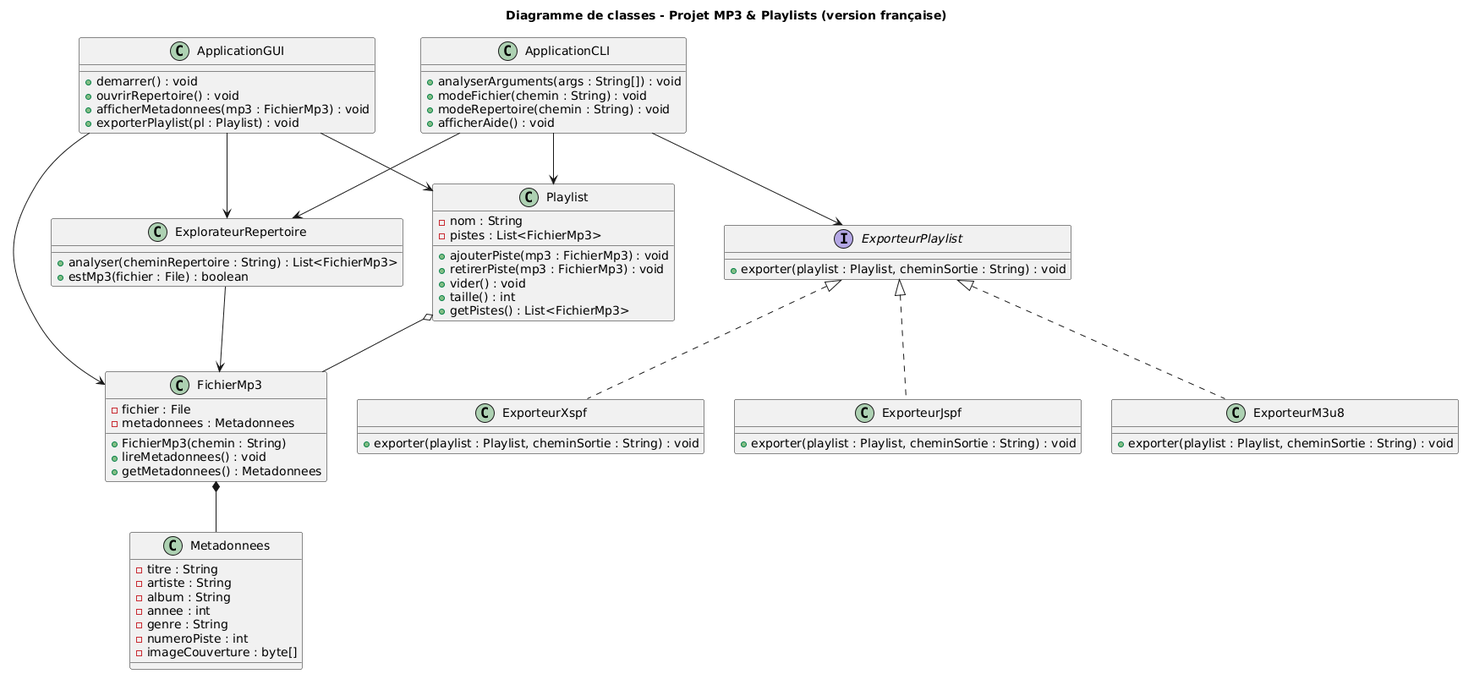
This is diagramme_de_classes.png from berrandou-dev/MetaTune, a PlantUML export, as it was before one commit. Its diagram source:
```plantuml
@startuml
title Diagramme de classes - Projet MP3 & Playlists (version française)


class Metadonnees {
    - titre : String
    - artiste : String
    - album : String
    - annee : int
    - genre : String
    - numeroPiste : int
    - imageCouverture : byte[]
}

class FichierMp3 {
    - fichier : File
    - metadonnees : Metadonnees
    + FichierMp3(chemin : String)
    + lireMetadonnees() : void
    + getMetadonnees() : Metadonnees
}

class ExplorateurRepertoire {
    + analyser(cheminRepertoire : String) : List<FichierMp3>
    + estMp3(fichier : File) : boolean
}

class Playlist {
    - nom : String
    - pistes : List<FichierMp3>
    + ajouterPiste(mp3 : FichierMp3) : void
    + retirerPiste(mp3 : FichierMp3) : void
    + vider() : void
    + taille() : int
    + getPistes() : List<FichierMp3>
}


interface ExporteurPlaylist {
    + exporter(playlist : Playlist, cheminSortie : String) : void
}

class ExporteurXspf {
    + exporter(playlist : Playlist, cheminSortie : String) : void
}

class ExporteurJspf {
    + exporter(playlist : Playlist, cheminSortie : String) : void
}

class ExporteurM3u8 {
    + exporter(playlist : Playlist, cheminSortie : String) : void
}


class ApplicationCLI {
    + analyserArguments(args : String[]) : void
    + modeFichier(chemin : String) : void
    + modeRepertoire(chemin : String) : void
    + afficherAide() : void
}

class ApplicationGUI {
    + demarrer() : void
    + ouvrirRepertoire() : void
    + afficherMetadonnees(mp3 : FichierMp3) : void
    + exporterPlaylist(pl : Playlist) : void
}


FichierMp3 *-- Metadonnees
ExplorateurRepertoire --> FichierMp3
Playlist o-- FichierMp3

ExporteurPlaylist <|.. ExporteurXspf
ExporteurPlaylist <|.. ExporteurJspf
ExporteurPlaylist <|.. ExporteurM3u8

ApplicationCLI --> ExplorateurRepertoire
ApplicationCLI --> Playlist
ApplicationCLI --> ExporteurPlaylist

ApplicationGUI --> ExplorateurRepertoire
ApplicationGUI --> Playlist
ApplicationGUI --> FichierMp3
@enduml
```
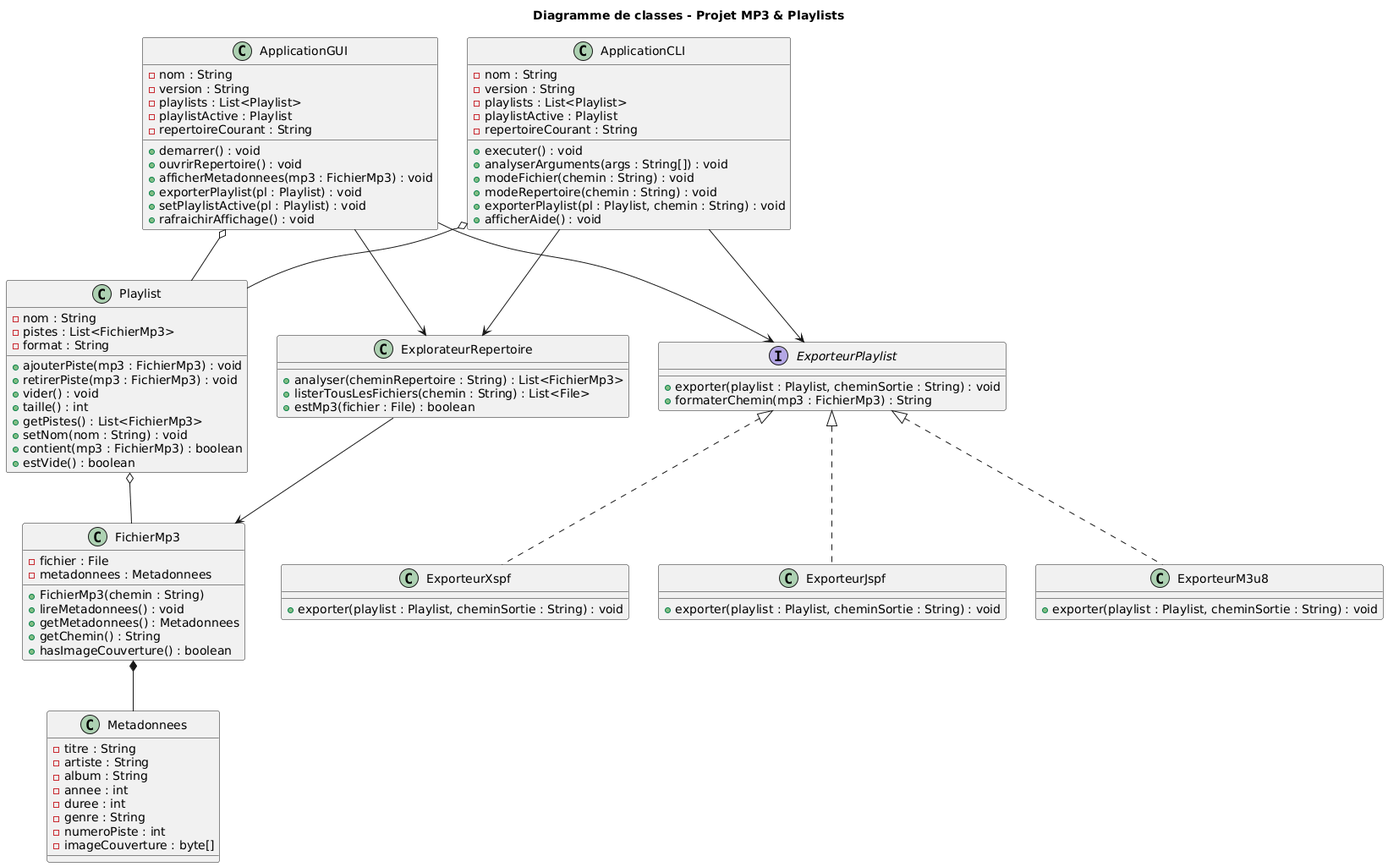
After the commit.

Commit message:
Version finale - diagramme classes

The edit, as a diff of the source:
```diff
@@ -1,86 +1,110 @@
 @startuml
-title Diagramme de classes - Projet MP3 & Playlists (version française)
+title Diagramme de classes - Projet MP3 & Playlists
 
 
-class Metadonnees {
-    - titre : String
-    - artiste : String
-    - album : String
-    - annee : int
-    - genre : String
-    - numeroPiste : int
-    - imageCouverture : byte[]
+class ApplicationGUI {
+    - nom : String
+    - version : String
+    - playlists : List<Playlist>
+    - playlistActive : Playlist
+    - repertoireCourant : String
+    +demarrer() : void
+    +ouvrirRepertoire() : void
+    +afficherMetadonnees(mp3 : FichierMp3) : void
+    +exporterPlaylist(pl : Playlist) : void
+    +setPlaylistActive(pl : Playlist) : void
+    +rafraichirAffichage() : void
+}
+
+class ApplicationCLI {
+    - nom : String
+    - version : String
+    - playlists : List<Playlist>
+    - playlistActive : Playlist
+    - repertoireCourant : String
+    +executer() : void
+    +analyserArguments(args : String[]) : void
+    +modeFichier(chemin : String) : void
+    +modeRepertoire(chemin : String) : void
+    +exporterPlaylist(pl : Playlist, chemin : String) : void
+    +afficherAide() : void
+}
+
+class ExplorateurRepertoire {
+    +analyser(cheminRepertoire : String) : List<FichierMp3>
+    +listerTousLesFichiers(chemin : String) : List<File>
+    +estMp3(fichier : File) : boolean
 }
 
 class FichierMp3 {
-    - fichier : File
-    - metadonnees : Metadonnees
-    + FichierMp3(chemin : String)
-    + lireMetadonnees() : void
-    + getMetadonnees() : Metadonnees
+    -fichier : File
+    -metadonnees : Metadonnees
+    +FichierMp3(chemin : String)
+    +lireMetadonnees() : void
+    +getMetadonnees() : Metadonnees
+    +getChemin() : String
+    +hasImageCouverture() : boolean
 }
 
-class ExplorateurRepertoire {
-    + analyser(cheminRepertoire : String) : List<FichierMp3>
-    + estMp3(fichier : File) : boolean
+class Metadonnees {
+    -titre : String
+    -artiste : String
+    -album : String
+    -annee : int
+    -duree : int
+    -genre : String
+    -numeroPiste : int
+    -imageCouverture : byte[]
 }
 
 class Playlist {
-    - nom : String
-    - pistes : List<FichierMp3>
-    + ajouterPiste(mp3 : FichierMp3) : void
-    + retirerPiste(mp3 : FichierMp3) : void
-    + vider() : void
-    + taille() : int
-    + getPistes() : List<FichierMp3>
+    -nom : String
+    -pistes : List<FichierMp3>
+    -format : String
+    +ajouterPiste(mp3 : FichierMp3) : void
+    +retirerPiste(mp3 : FichierMp3) : void
+    +vider() : void
+    +taille() : int
+    +getPistes() : List<FichierMp3>
+    +setNom(nom : String) : void
+    +contient(mp3 : FichierMp3) : boolean
+    +estVide() : boolean
 }
 
 
 interface ExporteurPlaylist {
-    + exporter(playlist : Playlist, cheminSortie : String) : void
+    +exporter(playlist : Playlist, cheminSortie : String) : void
+    +formaterChemin(mp3 : FichierMp3) : String
 }
 
 class ExporteurXspf {
-    + exporter(playlist : Playlist, cheminSortie : String) : void
+    +exporter(playlist : Playlist, cheminSortie : String) : void
 }
 
 class ExporteurJspf {
-    + exporter(playlist : Playlist, cheminSortie : String) : void
+    +exporter(playlist : Playlist, cheminSortie : String) : void
 }
 
 class ExporteurM3u8 {
-    + exporter(playlist : Playlist, cheminSortie : String) : void
+    +exporter(playlist : Playlist, cheminSortie : String) : void
 }
 
 
-class ApplicationCLI {
-    + analyserArguments(args : String[]) : void
-    + modeFichier(chemin : String) : void
-    + modeRepertoire(chemin : String) : void
-    + afficherAide() : void
-}
+ApplicationGUI --> ExplorateurRepertoire
+ApplicationGUI o-- Playlist
+ApplicationGUI --> ExporteurPlaylist
 
-class ApplicationGUI {
-    + demarrer() : void
-    + ouvrirRepertoire() : void
-    + afficherMetadonnees(mp3 : FichierMp3) : void
-    + exporterPlaylist(pl : Playlist) : void
-}
+ApplicationCLI --> ExplorateurRepertoire
+ApplicationCLI o-- Playlist
+ApplicationCLI --> ExporteurPlaylist
 
+ExplorateurRepertoire --> FichierMp3
 
 FichierMp3 *-- Metadonnees
-ExplorateurRepertoire --> FichierMp3
+
 Playlist o-- FichierMp3
 
 ExporteurPlaylist <|.. ExporteurXspf
 ExporteurPlaylist <|.. ExporteurJspf
 ExporteurPlaylist <|.. ExporteurM3u8
-
-ApplicationCLI --> ExplorateurRepertoire
-ApplicationCLI --> Playlist
-ApplicationCLI --> ExporteurPlaylist
-
-ApplicationGUI --> ExplorateurRepertoire
-ApplicationGUI --> Playlist
-ApplicationGUI --> FichierMp3
 @enduml
```
